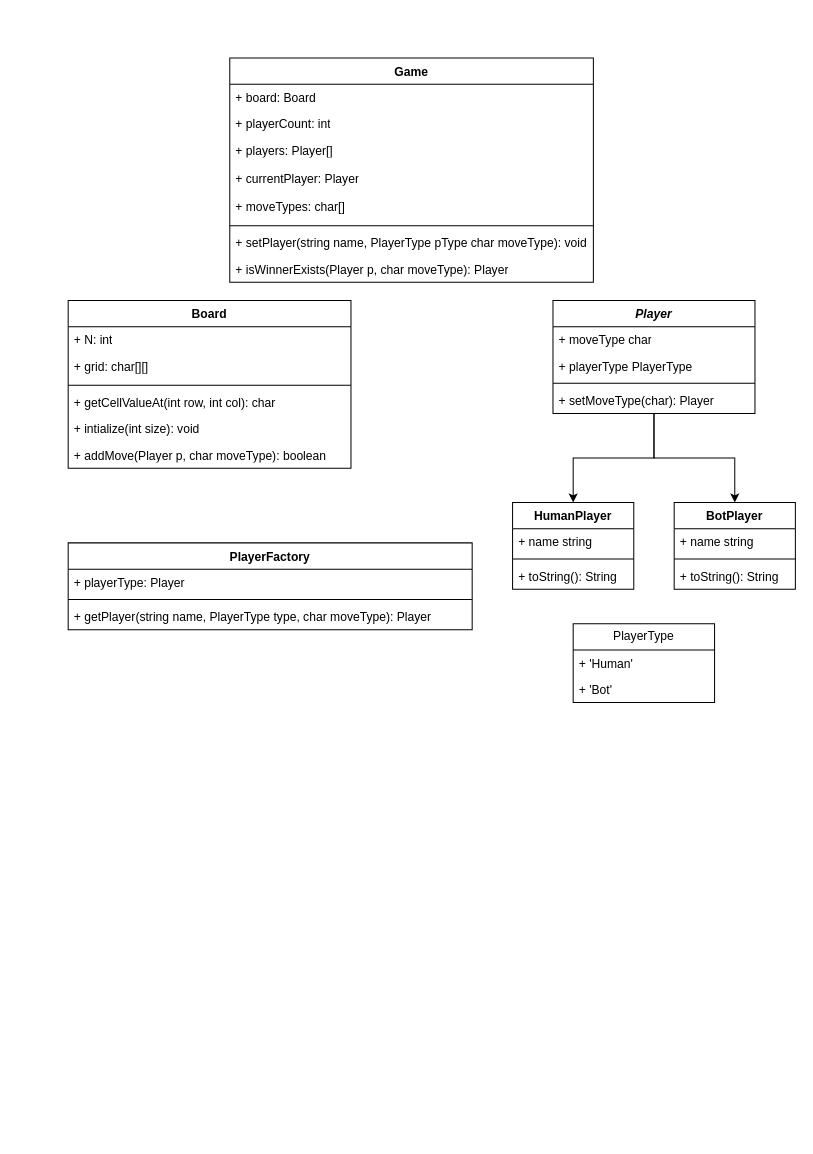
Before: tic-tac-toe.drawio in mynkMishra/diagrams, a draw.io diagram. Source tidied: cells renumbered, new cells numbered last; positions are measured from the earlier drawing's top-left corner, leaving out a move shared by most shapes. Both pictures are drawn from the tidied source at 101%, with x=0, y=0 at pixel (68, 58).
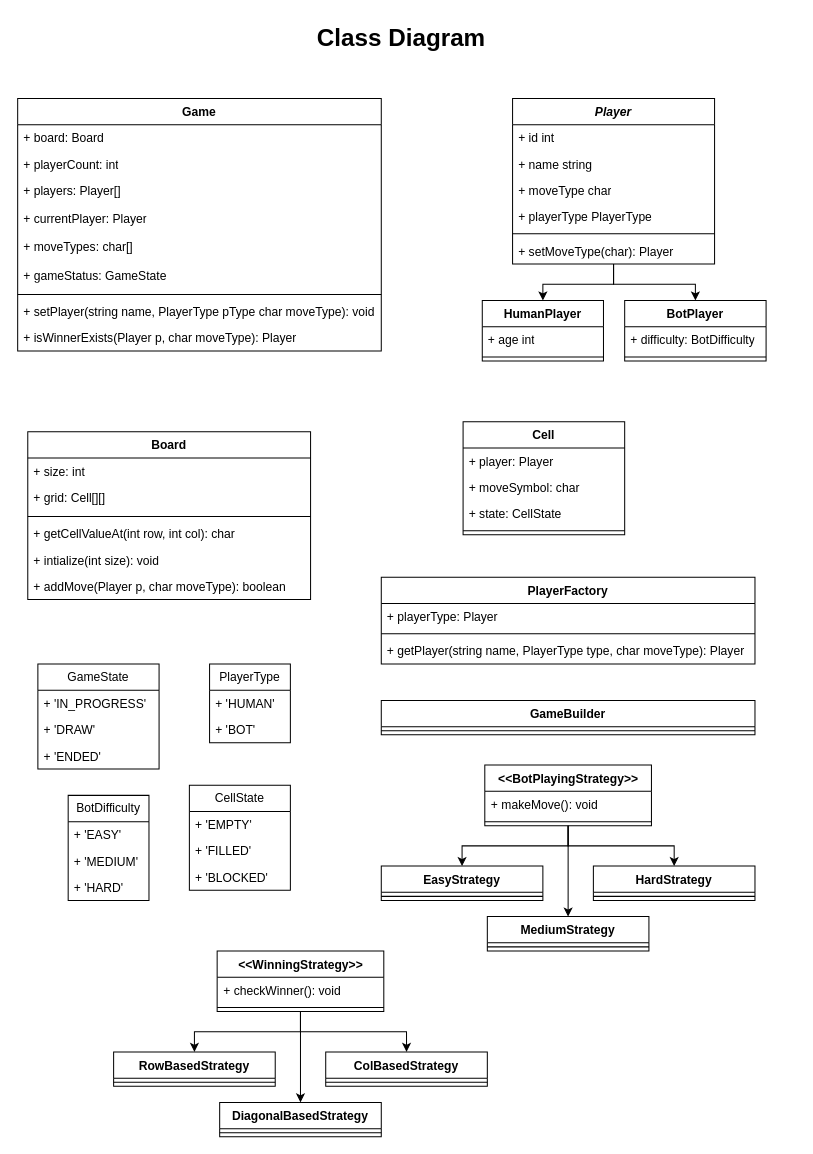
The same page after the edit.

The edit, as a diff of the source:
```diff
@@
     <mxCell id="2" value="Board" style="swimlane;fontStyle=1;align=center;verticalAlign=top;horizontal=1;startSize=26;whiteSpace=wrap;html=1;" parent="1" vertex="1">
-      <mxGeometry y="240" width="280" height="166" as="geometry" />
+      <mxGeometry x="-40" y="370" width="280" height="166" as="geometry" />
     </mxCell>
-    <mxCell id="3" value="+ N: int" style="text;strokeColor=none;fillColor=none;align=left;verticalAlign=top;spacingLeft=4;spacingRight=4;overflow=hidden;whiteSpace=wrap;html=1;" parent="2" vertex="1">
+    <mxCell id="3" value="+ size: int" style="text;strokeColor=none;fillColor=none;align=left;verticalAlign=top;spacingLeft=4;spacingRight=4;overflow=hidden;whiteSpace=wrap;html=1;" parent="2" vertex="1">
       <mxGeometry y="26" width="280" height="26" as="geometry" />
     </mxCell>
-    <mxCell id="4" value="+ grid: char[][]" style="text;strokeColor=none;fillColor=none;align=left;verticalAlign=top;spacingLeft=4;spacingRight=4;overflow=hidden;whiteSpace=wrap;html=1;" parent="2" vertex="1">
+    <mxCell id="4" value="+ grid: Cell[][]" style="text;strokeColor=none;fillColor=none;align=left;verticalAlign=top;spacingLeft=4;spacingRight=4;overflow=hidden;whiteSpace=wrap;html=1;" parent="2" vertex="1">
       <mxGeometry y="52" width="280" height="28" as="geometry" />
     </mxCell>
@@
     <mxCell id="11" value="&lt;i&gt;Player&lt;/i&gt;" style="swimlane;fontStyle=1;align=center;verticalAlign=top;horizontal=1;startSize=26;whiteSpace=wrap;html=1;" parent="1" vertex="1">
-      <mxGeometry x="480" y="240" width="200" height="112" as="geometry" />
+      <mxGeometry x="440" y="40" width="200" height="164" as="geometry" />
     </mxCell>
+    <mxCell id="40" value="+ id int" style="text;strokeColor=none;fillColor=none;align=left;verticalAlign=top;spacingLeft=4;spacingRight=4;overflow=hidden;whiteSpace=wrap;html=1;" parent="11" vertex="1">
+      <mxGeometry y="26" width="200" height="26" as="geometry" />
+    </mxCell>
+    <mxCell id="41" value="+ name string" style="text;strokeColor=none;fillColor=none;align=left;verticalAlign=top;spacingLeft=4;spacingRight=4;overflow=hidden;whiteSpace=wrap;html=1;" parent="11" vertex="1">
+      <mxGeometry y="52" width="200" height="26" as="geometry" />
+    </mxCell>
     <mxCell id="12" value="+ moveType char" style="text;strokeColor=none;fillColor=none;align=left;verticalAlign=top;spacingLeft=4;spacingRight=4;overflow=hidden;whiteSpace=wrap;html=1;" parent="11" vertex="1">
-      <mxGeometry y="26" width="200" height="26" as="geometry" />
+      <mxGeometry y="78" width="200" height="26" as="geometry" />
     </mxCell>
     <mxCell id="13" value="+ playerType PlayerType" style="text;strokeColor=none;fillColor=none;align=left;verticalAlign=top;spacingLeft=4;spacingRight=4;overflow=hidden;whiteSpace=wrap;html=1;" parent="11" vertex="1">
-      <mxGeometry y="52" width="200" height="26" as="geometry" />
+      <mxGeometry y="104" width="200" height="26" as="geometry" />
     </mxCell>
     <mxCell id="14" style="line;strokeWidth=1;fillColor=none;align=left;verticalAlign=middle;spacingTop=-1;spacingLeft=3;spacingRight=3;labelPosition=right;strokeColor=inherit;" parent="11" vertex="1">
-      <mxGeometry y="78" width="200" height="8" as="geometry" />
+      <mxGeometry y="130" width="200" height="8" as="geometry" />
     </mxCell>
     <mxCell id="15" value="+ setMoveType(char): Player" style="text;strokeColor=none;fillColor=none;align=left;verticalAlign=top;spacingLeft=4;spacingRight=4;overflow=hidden;whiteSpace=wrap;html=1;" parent="11" vertex="1">
-      <mxGeometry y="86" width="200" height="26" as="geometry" />
+      <mxGeometry y="138" width="200" height="26" as="geometry" />
     </mxCell>
     <mxCell id="16" value="PlayerType" style="swimlane;fontStyle=0;horizontal=1;startSize=26;fillColor=none;whiteSpace=wrap;html=1;" parent="1" vertex="1">
-      <mxGeometry x="500" y="560" width="140" height="78" as="geometry" />
+      <mxGeometry x="140" y="600" width="80" height="78" as="geometry" />
     </mxCell>
-    <mxCell id="17" value="+ 'Human'" style="text;strokeColor=none;fillColor=none;align=left;verticalAlign=top;spacingLeft=4;spacingRight=4;overflow=hidden;whiteSpace=wrap;html=1;" parent="16" vertex="1">
-      <mxGeometry y="26" width="140" height="26" as="geometry" />
+    <mxCell id="17" value="+ 'HUMAN'" style="text;strokeColor=none;fillColor=none;align=left;verticalAlign=top;spacingLeft=4;spacingRight=4;overflow=hidden;whiteSpace=wrap;html=1;" parent="16" vertex="1">
+      <mxGeometry y="26" width="80" height="26" as="geometry" />
     </mxCell>
-    <mxCell id="18" value="+ 'Bot'" style="text;strokeColor=none;fillColor=none;align=left;verticalAlign=top;spacingLeft=4;spacingRight=4;overflow=hidden;whiteSpace=wrap;html=1;" parent="16" vertex="1">
-      <mxGeometry y="52" width="140" height="26" as="geometry" />
+    <mxCell id="18" value="+ 'BOT'" style="text;strokeColor=none;fillColor=none;align=left;verticalAlign=top;spacingLeft=4;spacingRight=4;overflow=hidden;whiteSpace=wrap;html=1;" parent="16" vertex="1">
+      <mxGeometry y="52" width="80" height="26" as="geometry" />
     </mxCell>
     <mxCell id="19" value="Game" style="swimlane;fontStyle=1;align=center;verticalAlign=top;horizontal=1;startSize=26;whiteSpace=wrap;html=1;" parent="1" vertex="1">
-      <mxGeometry x="160" width="360" height="222" as="geometry" />
+      <mxGeometry x="-50" y="40" width="360" height="250" as="geometry" />
     </mxCell>
@@
+    <mxCell id="42" value="+ gameStatus: GameState" style="text;strokeColor=none;fillColor=none;align=left;verticalAlign=top;spacingLeft=4;spacingRight=4;overflow=hidden;whiteSpace=wrap;html=1;" parent="19" vertex="1">
+      <mxGeometry y="162" width="360" height="28" as="geometry" />
+    </mxCell>
     <mxCell id="25" style="line;strokeWidth=1;fillColor=none;align=left;verticalAlign=middle;spacingTop=-1;spacingLeft=3;spacingRight=3;labelPosition=right;strokeColor=inherit;" parent="19" vertex="1">
-      <mxGeometry y="162" width="360" height="8" as="geometry" />
+      <mxGeometry y="190" width="360" height="8" as="geometry" />
     </mxCell>
     <mxCell id="26" value="+ setPlayer(string name, PlayerType pType char moveType): void" style="text;strokeColor=none;fillColor=none;align=left;verticalAlign=top;spacingLeft=4;spacingRight=4;overflow=hidden;whiteSpace=wrap;html=1;" parent="19" vertex="1">
-      <mxGeometry y="170" width="360" height="26" as="geometry" />
+      <mxGeometry y="198" width="360" height="26" as="geometry" />
     </mxCell>
     <mxCell id="27" value="+ isWinnerExists(Player p, char moveType): Player" style="text;strokeColor=none;fillColor=none;align=left;verticalAlign=top;spacingLeft=4;spacingRight=4;overflow=hidden;whiteSpace=wrap;html=1;" parent="19" vertex="1">
-      <mxGeometry y="196" width="360" height="26" as="geometry" />
+      <mxGeometry y="224" width="360" height="26" as="geometry" />
     </mxCell>
     <mxCell id="28" value="HumanPlayer" style="swimlane;fontStyle=1;align=center;verticalAlign=top;horizontal=1;startSize=26;whiteSpace=wrap;html=1;" parent="1" vertex="1">
-      <mxGeometry x="440" y="440" width="120" height="86" as="geometry" />
+      <mxGeometry x="410" y="240" width="120" height="60" as="geometry" />
     </mxCell>
-    <mxCell id="29" value="+ name string" style="text;strokeColor=none;fillColor=none;align=left;verticalAlign=top;spacingLeft=4;spacingRight=4;overflow=hidden;whiteSpace=wrap;html=1;" parent="28" vertex="1">
+    <mxCell id="29" value="+ age int" style="text;strokeColor=none;fillColor=none;align=left;verticalAlign=top;spacingLeft=4;spacingRight=4;overflow=hidden;whiteSpace=wrap;html=1;" parent="28" vertex="1">
       <mxGeometry y="26" width="120" height="26" as="geometry" />
     </mxCell>
@@
-    <mxCell id="31" value="+ toString(): String" style="text;strokeColor=none;fillColor=none;align=left;verticalAlign=top;spacingLeft=4;spacingRight=4;overflow=hidden;whiteSpace=wrap;html=1;" parent="28" vertex="1">
-      <mxGeometry y="60" width="120" height="26" as="geometry" />
-    </mxCell>
     <mxCell id="32" value="BotPlayer" style="swimlane;fontStyle=1;align=center;verticalAlign=top;horizontal=1;startSize=26;whiteSpace=wrap;html=1;" parent="1" vertex="1">
-      <mxGeometry x="600" y="440" width="120" height="86" as="geometry" />
+      <mxGeometry x="551" y="240" width="140" height="60" as="geometry" />
     </mxCell>
-    <mxCell id="33" value="+ name string" style="text;strokeColor=none;fillColor=none;align=left;verticalAlign=top;spacingLeft=4;spacingRight=4;overflow=hidden;whiteSpace=wrap;html=1;" parent="32" vertex="1">
-      <mxGeometry y="26" width="120" height="26" as="geometry" />
+    <mxCell id="33" value="+ difficulty: BotDifficulty" style="text;strokeColor=none;fillColor=none;align=left;verticalAlign=top;spacingLeft=4;spacingRight=4;overflow=hidden;whiteSpace=wrap;html=1;" parent="32" vertex="1">
+      <mxGeometry y="26" width="140" height="26" as="geometry" />
     </mxCell>
     <mxCell id="34" style="line;strokeWidth=1;fillColor=none;align=left;verticalAlign=middle;spacingTop=-1;spacingLeft=3;spacingRight=3;labelPosition=right;strokeColor=inherit;" parent="32" vertex="1">
-      <mxGeometry y="52" width="120" height="8" as="geometry" />
+      <mxGeometry y="52" width="140" height="8" as="geometry" />
     </mxCell>
-    <mxCell id="35" value="+ toString(): String" style="text;strokeColor=none;fillColor=none;align=left;verticalAlign=top;spacingLeft=4;spacingRight=4;overflow=hidden;whiteSpace=wrap;html=1;" parent="32" vertex="1">
-      <mxGeometry y="60" width="120" height="26" as="geometry" />
-    </mxCell>
     <mxCell id="36" value="PlayerFactory" style="swimlane;fontStyle=1;align=center;verticalAlign=top;horizontal=1;startSize=26;whiteSpace=wrap;html=1;" parent="1" vertex="1">
-      <mxGeometry y="480" width="400" height="86" as="geometry" />
+      <mxGeometry x="310" y="514" width="370" height="86" as="geometry" />
     </mxCell>
     <mxCell id="37" value="+ playerType: Player" style="text;strokeColor=none;fillColor=none;align=left;verticalAlign=top;spacingLeft=4;spacingRight=4;overflow=hidden;whiteSpace=wrap;html=1;" parent="36" vertex="1">
-      <mxGeometry y="26" width="400" height="26" as="geometry" />
+      <mxGeometry y="26" width="370" height="26" as="geometry" />
     </mxCell>
     <mxCell id="38" style="line;strokeWidth=1;fillColor=none;align=left;verticalAlign=middle;spacingTop=-1;spacingLeft=3;spacingRight=3;labelPosition=right;strokeColor=inherit;" parent="36" vertex="1">
-      <mxGeometry y="52" width="400" height="8" as="geometry" />
+      <mxGeometry y="52" width="370" height="8" as="geometry" />
     </mxCell>
     <mxCell id="39" value="+ getPlayer(string name, PlayerType type, char moveType): Player" style="text;strokeColor=none;fillColor=none;align=left;verticalAlign=top;spacingLeft=4;spacingRight=4;overflow=hidden;whiteSpace=wrap;html=1;" parent="36" vertex="1">
-      <mxGeometry y="60" width="400" height="26" as="geometry" />
+      <mxGeometry y="60" width="370" height="26" as="geometry" />
     </mxCell>
+    <mxCell id="43" value="GameState" style="swimlane;fontStyle=0;horizontal=1;startSize=26;fillColor=none;whiteSpace=wrap;html=1;" parent="1" vertex="1">
+      <mxGeometry x="-30" y="600" width="120" height="104" as="geometry" />
+    </mxCell>
+    <mxCell id="44" value="+ 'IN_PROGRESS'" style="text;strokeColor=none;fillColor=none;align=left;verticalAlign=top;spacingLeft=4;spacingRight=4;overflow=hidden;whiteSpace=wrap;html=1;" parent="43" vertex="1">
+      <mxGeometry y="26" width="120" height="26" as="geometry" />
+    </mxCell>
+    <mxCell id="45" value="+ 'DRAW'" style="text;strokeColor=none;fillColor=none;align=left;verticalAlign=top;spacingLeft=4;spacingRight=4;overflow=hidden;whiteSpace=wrap;html=1;" parent="43" vertex="1">
+      <mxGeometry y="52" width="120" height="26" as="geometry" />
+    </mxCell>
+    <mxCell id="46" value="+ 'ENDED'" style="text;strokeColor=none;fillColor=none;align=left;verticalAlign=top;spacingLeft=4;spacingRight=4;overflow=hidden;whiteSpace=wrap;html=1;" parent="43" vertex="1">
+      <mxGeometry y="78" width="120" height="26" as="geometry" />
+    </mxCell>
+    <mxCell id="47" value="&lt;span style=&quot;text-align: left;&quot;&gt;BotDifficulty&lt;/span&gt;" style="swimlane;fontStyle=0;horizontal=1;startSize=26;fillColor=none;whiteSpace=wrap;html=1;" parent="1" vertex="1">
+      <mxGeometry y="730" width="80" height="104" as="geometry" />
+    </mxCell>
+    <mxCell id="48" value="+ 'EASY'" style="text;strokeColor=none;fillColor=none;align=left;verticalAlign=top;spacingLeft=4;spacingRight=4;overflow=hidden;whiteSpace=wrap;html=1;" parent="47" vertex="1">
+      <mxGeometry y="26" width="80" height="26" as="geometry" />
+    </mxCell>
+    <mxCell id="49" value="+ 'MEDIUM'" style="text;strokeColor=none;fillColor=none;align=left;verticalAlign=top;spacingLeft=4;spacingRight=4;overflow=hidden;whiteSpace=wrap;html=1;" parent="47" vertex="1">
+      <mxGeometry y="52" width="80" height="26" as="geometry" />
+    </mxCell>
+    <mxCell id="50" value="+ 'HARD'" style="text;strokeColor=none;fillColor=none;align=left;verticalAlign=top;spacingLeft=4;spacingRight=4;overflow=hidden;whiteSpace=wrap;html=1;" parent="47" vertex="1">
+      <mxGeometry y="78" width="80" height="26" as="geometry" />
+    </mxCell>
+    <mxCell id="51" value="Cell" style="swimlane;fontStyle=1;align=center;verticalAlign=top;horizontal=1;startSize=26;whiteSpace=wrap;html=1;" parent="1" vertex="1">
+      <mxGeometry x="391" y="360" width="160" height="112" as="geometry" />
+    </mxCell>
+    <mxCell id="52" value="+ player: Player" style="text;strokeColor=none;fillColor=none;align=left;verticalAlign=top;spacingLeft=4;spacingRight=4;overflow=hidden;whiteSpace=wrap;html=1;" parent="51" vertex="1">
+      <mxGeometry y="26" width="160" height="26" as="geometry" />
+    </mxCell>
+    <mxCell id="53" value="+ moveSymbol: char" style="text;strokeColor=none;fillColor=none;align=left;verticalAlign=top;spacingLeft=4;spacingRight=4;overflow=hidden;whiteSpace=wrap;html=1;" parent="51" vertex="1">
+      <mxGeometry y="52" width="160" height="26" as="geometry" />
+    </mxCell>
+    <mxCell id="54" value="+ state: CellState" style="text;strokeColor=none;fillColor=none;align=left;verticalAlign=top;spacingLeft=4;spacingRight=4;overflow=hidden;whiteSpace=wrap;html=1;" parent="51" vertex="1">
+      <mxGeometry y="78" width="160" height="26" as="geometry" />
+    </mxCell>
+    <mxCell id="55" style="line;strokeWidth=1;fillColor=none;align=left;verticalAlign=middle;spacingTop=-1;spacingLeft=3;spacingRight=3;labelPosition=right;strokeColor=inherit;" parent="51" vertex="1">
+      <mxGeometry y="104" width="160" height="8" as="geometry" />
+    </mxCell>
+    <mxCell id="56" value="&lt;span style=&quot;text-align: left;&quot;&gt;CellState&lt;/span&gt;" style="swimlane;fontStyle=0;horizontal=1;startSize=26;fillColor=none;whiteSpace=wrap;html=1;" parent="1" vertex="1">
+      <mxGeometry x="120" y="720" width="100" height="104" as="geometry" />
+    </mxCell>
+    <mxCell id="57" value="+ 'EMPTY'" style="text;strokeColor=none;fillColor=none;align=left;verticalAlign=top;spacingLeft=4;spacingRight=4;overflow=hidden;whiteSpace=wrap;html=1;" parent="56" vertex="1">
+      <mxGeometry y="26" width="100" height="26" as="geometry" />
+    </mxCell>
+    <mxCell id="58" value="+ 'FILLED'" style="text;strokeColor=none;fillColor=none;align=left;verticalAlign=top;spacingLeft=4;spacingRight=4;overflow=hidden;whiteSpace=wrap;html=1;" parent="56" vertex="1">
+      <mxGeometry y="52" width="100" height="26" as="geometry" />
+    </mxCell>
+    <mxCell id="59" value="+ 'BLOCKED'" style="text;strokeColor=none;fillColor=none;align=left;verticalAlign=top;spacingLeft=4;spacingRight=4;overflow=hidden;whiteSpace=wrap;html=1;" parent="56" vertex="1">
+      <mxGeometry y="78" width="100" height="26" as="geometry" />
+    </mxCell>
+    <mxCell id="60" value="&lt;h1 style=&quot;margin-top: 0px;&quot;&gt;Class Diagram&lt;/h1&gt;" style="text;html=1;whiteSpace=wrap;overflow=hidden;rounded=0;align=center;" parent="1" vertex="1">
+      <mxGeometry x="240" y="-40" width="180" height="50" as="geometry" />
+    </mxCell>
+    <mxCell id="61" value="GameBuilder" style="swimlane;fontStyle=1;align=center;verticalAlign=top;horizontal=1;startSize=26;whiteSpace=wrap;html=1;" parent="1" vertex="1">
+      <mxGeometry x="310" y="636" width="370" height="34" as="geometry" />
+    </mxCell>
+    <mxCell id="62" style="line;strokeWidth=1;fillColor=none;align=left;verticalAlign=middle;spacingTop=-1;spacingLeft=3;spacingRight=3;labelPosition=right;strokeColor=inherit;" parent="61" vertex="1">
+      <mxGeometry y="26" width="370" height="8" as="geometry" />
+    </mxCell>
+    <mxCell id="63" style="edgeStyle=orthogonalEdgeStyle;rounded=0;jettySize=auto;html=1;entryX=0.5;entryY=0;entryDx=0;entryDy=0;" parent="1" edge="1" source="66" target="73">
+      <mxGeometry relative="1" as="geometry" />
+    </mxCell>
+    <mxCell id="64" style="edgeStyle=orthogonalEdgeStyle;rounded=0;jettySize=auto;html=1;" parent="1" edge="1" source="66" target="69">
+      <mxGeometry relative="1" as="geometry" />
+    </mxCell>
+    <mxCell id="65" style="edgeStyle=orthogonalEdgeStyle;rounded=0;jettySize=auto;html=1;entryX=0.5;entryY=0;entryDx=0;entryDy=0;" parent="1" edge="1" source="66" target="71">
+      <mxGeometry relative="1" as="geometry" />
+    </mxCell>
+    <mxCell id="66" value="&amp;lt;&amp;lt;BotPlayingStrategy&amp;gt;&amp;gt;" style="swimlane;fontStyle=1;align=center;verticalAlign=top;horizontal=1;startSize=26;whiteSpace=wrap;html=1;" parent="1" vertex="1">
+      <mxGeometry x="412.5" y="700" width="165" height="60" as="geometry" />
+    </mxCell>
+    <mxCell id="67" value="+ makeMove(): void" style="text;strokeColor=none;fillColor=none;align=left;verticalAlign=top;spacingLeft=4;spacingRight=4;overflow=hidden;whiteSpace=wrap;html=1;" parent="66" vertex="1">
+      <mxGeometry y="26" width="165" height="26" as="geometry" />
+    </mxCell>
+    <mxCell id="68" style="line;strokeWidth=1;fillColor=none;align=left;verticalAlign=middle;spacingTop=-1;spacingLeft=3;spacingRight=3;labelPosition=right;strokeColor=inherit;" parent="66" vertex="1">
+      <mxGeometry y="52" width="165" height="8" as="geometry" />
+    </mxCell>
+    <mxCell id="69" value="EasyStrategy" style="swimlane;fontStyle=1;align=center;verticalAlign=top;horizontal=1;startSize=26;whiteSpace=wrap;html=1;" parent="1" vertex="1">
+      <mxGeometry x="310" y="800" width="160" height="34" as="geometry" />
+    </mxCell>
+    <mxCell id="70" style="line;strokeWidth=1;fillColor=none;align=left;verticalAlign=middle;spacingTop=-1;spacingLeft=3;spacingRight=3;labelPosition=right;strokeColor=inherit;" parent="69" vertex="1">
+      <mxGeometry y="26" width="160" height="8" as="geometry" />
+    </mxCell>
+    <mxCell id="71" value="MediumStrategy" style="swimlane;fontStyle=1;align=center;verticalAlign=top;horizontal=1;startSize=26;whiteSpace=wrap;html=1;" parent="1" vertex="1">
+      <mxGeometry x="415" y="850" width="160" height="34" as="geometry" />
+    </mxCell>
+    <mxCell id="72" style="line;strokeWidth=1;fillColor=none;align=left;verticalAlign=middle;spacingTop=-1;spacingLeft=3;spacingRight=3;labelPosition=right;strokeColor=inherit;" parent="71" vertex="1">
+      <mxGeometry y="26" width="160" height="8" as="geometry" />
+    </mxCell>
+    <mxCell id="73" value="HardStrategy" style="swimlane;fontStyle=1;align=center;verticalAlign=top;horizontal=1;startSize=26;whiteSpace=wrap;html=1;" parent="1" vertex="1">
+      <mxGeometry x="520" y="800" width="160" height="34" as="geometry" />
+    </mxCell>
+    <mxCell id="74" style="line;strokeWidth=1;fillColor=none;align=left;verticalAlign=middle;spacingTop=-1;spacingLeft=3;spacingRight=3;labelPosition=right;strokeColor=inherit;" parent="73" vertex="1">
+      <mxGeometry y="26" width="160" height="8" as="geometry" />
+    </mxCell>
+    <mxCell id="75" style="edgeStyle=orthogonalEdgeStyle;rounded=0;jettySize=auto;html=1;entryX=0.5;entryY=0;entryDx=0;entryDy=0;" parent="1" edge="1" source="78" target="85">
+      <mxGeometry relative="1" as="geometry" />
+    </mxCell>
+    <mxCell id="76" style="edgeStyle=orthogonalEdgeStyle;rounded=0;jettySize=auto;html=1;" parent="1" edge="1" source="78" target="81">
+      <mxGeometry relative="1" as="geometry" />
+    </mxCell>
+    <mxCell id="77" style="edgeStyle=orthogonalEdgeStyle;rounded=0;jettySize=auto;html=1;entryX=0.5;entryY=0;entryDx=0;entryDy=0;" parent="1" edge="1" source="78" target="83">
+      <mxGeometry relative="1" as="geometry" />
+    </mxCell>
+    <mxCell id="78" value="&amp;lt;&amp;lt;WinningStrategy&amp;gt;&amp;gt;" style="swimlane;fontStyle=1;align=center;verticalAlign=top;horizontal=1;startSize=26;whiteSpace=wrap;html=1;" parent="1" vertex="1">
+      <mxGeometry x="147.5" y="884" width="165" height="60" as="geometry" />
+    </mxCell>
+    <mxCell id="79" value="+ checkWinner(): void" style="text;strokeColor=none;fillColor=none;align=left;verticalAlign=top;spacingLeft=4;spacingRight=4;overflow=hidden;whiteSpace=wrap;html=1;" parent="78" vertex="1">
+      <mxGeometry y="26" width="165" height="26" as="geometry" />
+    </mxCell>
+    <mxCell id="80" style="line;strokeWidth=1;fillColor=none;align=left;verticalAlign=middle;spacingTop=-1;spacingLeft=3;spacingRight=3;labelPosition=right;strokeColor=inherit;" parent="78" vertex="1">
+      <mxGeometry y="52" width="165" height="8" as="geometry" />
+    </mxCell>
+    <mxCell id="81" value="RowBasedStrategy" style="swimlane;fontStyle=1;align=center;verticalAlign=top;horizontal=1;startSize=26;whiteSpace=wrap;html=1;" parent="1" vertex="1">
+      <mxGeometry x="45" y="984" width="160" height="34" as="geometry" />
+    </mxCell>
+    <mxCell id="82" style="line;strokeWidth=1;fillColor=none;align=left;verticalAlign=middle;spacingTop=-1;spacingLeft=3;spacingRight=3;labelPosition=right;strokeColor=inherit;" parent="81" vertex="1">
+      <mxGeometry y="26" width="160" height="8" as="geometry" />
+    </mxCell>
+    <mxCell id="83" value="DiagonalBasedStrategy" style="swimlane;fontStyle=1;align=center;verticalAlign=top;horizontal=1;startSize=26;whiteSpace=wrap;html=1;" parent="1" vertex="1">
+      <mxGeometry x="150" y="1034" width="160" height="34" as="geometry" />
+    </mxCell>
+    <mxCell id="84" style="line;strokeWidth=1;fillColor=none;align=left;verticalAlign=middle;spacingTop=-1;spacingLeft=3;spacingRight=3;labelPosition=right;strokeColor=inherit;" parent="83" vertex="1">
+      <mxGeometry y="26" width="160" height="8" as="geometry" />
+    </mxCell>
+    <mxCell id="85" value="ColBasedStrategy" style="swimlane;fontStyle=1;align=center;verticalAlign=top;horizontal=1;startSize=26;whiteSpace=wrap;html=1;" parent="1" vertex="1">
+      <mxGeometry x="255" y="984" width="160" height="34" as="geometry" />
+    </mxCell>
+    <mxCell id="86" style="line;strokeWidth=1;fillColor=none;align=left;verticalAlign=middle;spacingTop=-1;spacingLeft=3;spacingRight=3;labelPosition=right;strokeColor=inherit;" parent="85" vertex="1">
+      <mxGeometry y="26" width="160" height="8" as="geometry" />
+    </mxCell>
```
